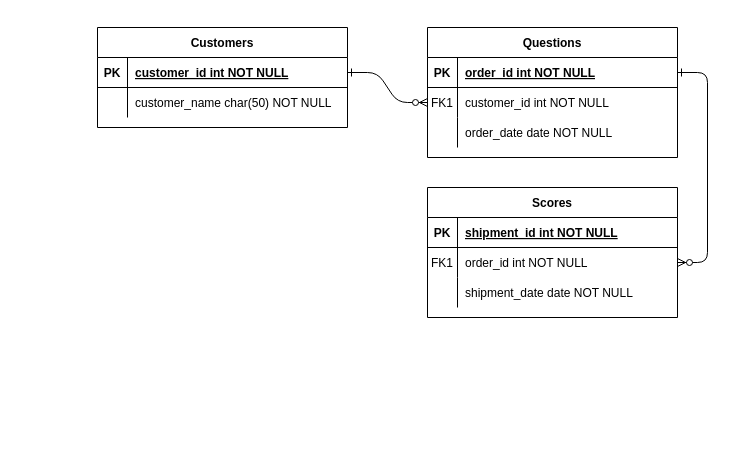
Above: Untitled Diagram.drawio in jvrjsanchez/my-project (draw.io), before the change. Source tidied: cells renumbered, new cells numbered last; positions are measured from the earlier drawing's top-left corner, leaving out a move shared by most shapes. Both pictures are drawn from the tidied source at 100%, with x=0, y=0 at pixel (97, 27).
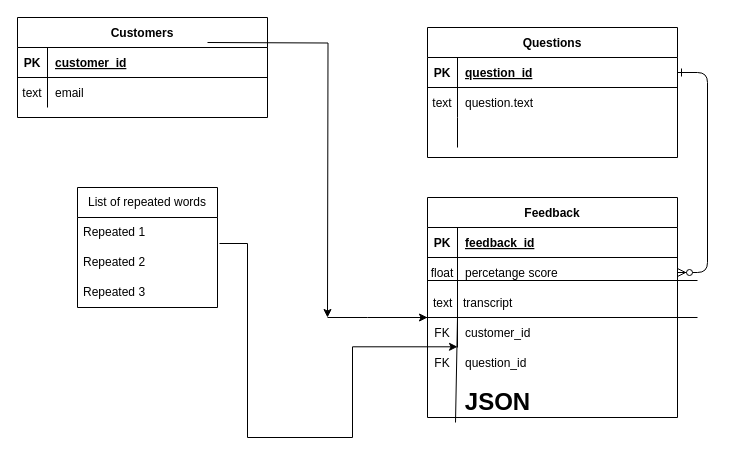
The same diagram, later.

Unchanged cells that the change refers to:
```xml
<mxCell id="5" style="shape=partialRectangle;fillColor=none;points=[[0,0.5],[1,0.5]];portConstraint=eastwest;top=0;left=0;right=0;bottom=1;" parent="4" vertex="1">
  <mxGeometry y="30" width="250" height="30" as="geometry" />
</mxCell>
<mxCell id="8" style="shape=partialRectangle;fillColor=none;points=[[0,0.5],[1,0.5]];portConstraint=eastwest;top=0;left=0;right=0;bottom=0;" parent="4" vertex="1">
  <mxGeometry y="60" width="250" height="30" as="geometry" />
</mxCell>
<mxCell id="11" style="shape=partialRectangle;fillColor=none;top=0;left=0;right=0;bottom=0;" parent="4" vertex="1">
  <mxGeometry y="90" width="250" height="30" as="geometry" />
</mxCell>
<mxCell id="15" style="shape=partialRectangle;fillColor=none;top=0;left=0;right=0;bottom=1;" parent="14" vertex="1">
  <mxGeometry y="30" width="250" height="30" as="geometry" />
</mxCell>
<mxCell id="18" style="shape=partialRectangle;fillColor=none;points=[[0,0.5],[1,0.5]];portConstraint=eastwest;top=0;left=0;right=0;bottom=0;" parent="14" vertex="1">
  <mxGeometry y="60" width="250" height="30" as="geometry" />
</mxCell>
<mxCell id="21" style="shape=partialRectangle;fillColor=none;top=0;left=0;right=0;bottom=0;" parent="14" vertex="1">
  <mxGeometry y="90" width="250" height="30" as="geometry" />
</mxCell>
<mxCell id="25" style="shape=partialRectangle;fillColor=none;points=[[0,0.5],[1,0.5]];portConstraint=eastwest;top=0;left=0;right=0;bottom=1;" parent="24" vertex="1">
  <mxGeometry y="30" width="250" height="30" as="geometry" />
</mxCell>
<mxCell id="28" style="shape=partialRectangle;fillColor=none;top=0;left=0;right=0;bottom=0;" parent="24" vertex="1">
  <mxGeometry y="60" width="250" height="30" as="geometry" />
</mxCell>
```

The edit, as a diff of the source:
```diff
@@
-    <mxCell id="2" style="edgeStyle=entityRelationEdgeStyle;endArrow=ERzeroToMany;startArrow=ERone;endFill=1;startFill=0;" parent="1" edge="1" source="25" target="8">
-      <mxGeometry relative="1" as="geometry" />
-    </mxCell>
@@
-    <mxCell id="7" value="order_id int NOT NULL " style="shape=partialRectangle;overflow=hidden;fillColor=none;top=0;left=0;bottom=0;right=0;align=left;spacingLeft=6;fontStyle=5;" parent="5" vertex="1">
+    <mxCell id="7" value="question_id" style="shape=partialRectangle;overflow=hidden;fillColor=none;top=0;left=0;bottom=0;right=0;align=left;spacingLeft=6;fontStyle=5;" parent="5" vertex="1">
       <mxGeometry x="30" width="220" height="30" as="geometry" />
     </mxCell>
@@
-    <mxCell id="9" value="FK1" style="shape=partialRectangle;overflow=hidden;fillColor=none;top=0;left=0;bottom=0;right=0;" parent="8" vertex="1">
+    <mxCell id="9" value="text" style="shape=partialRectangle;overflow=hidden;fillColor=none;top=0;left=0;bottom=0;right=0;" parent="8" vertex="1">
       <mxGeometry width="30" height="30" as="geometry" />
     </mxCell>
-    <mxCell id="10" value="customer_id int NOT NULL" style="shape=partialRectangle;overflow=hidden;fillColor=none;top=0;left=0;bottom=0;right=0;align=left;spacingLeft=6;" parent="8" vertex="1">
+    <mxCell id="10" value="question.text" style="shape=partialRectangle;overflow=hidden;fillColor=none;top=0;left=0;bottom=0;right=0;align=left;spacingLeft=6;" parent="8" vertex="1">
       <mxGeometry x="30" width="220" height="30" as="geometry" />
     </mxCell>
@@
-    <mxCell id="13" value="order_date date NOT NULL" style="shape=partialRectangle;overflow=hidden;fillColor=none;top=0;left=0;bottom=0;right=0;align=left;spacingLeft=6;" parent="11" vertex="1">
+    <mxCell id="13" style="shape=partialRectangle;overflow=hidden;fillColor=none;top=0;left=0;bottom=0;right=0;align=left;spacingLeft=6;" parent="11" vertex="1">
       <mxGeometry x="30" width="220" height="30" as="geometry" />
     </mxCell>
-    <mxCell id="14" value="Scores" style="shape=table;startSize=30;childLayout=tableLayout;rowLines=0;fontStyle=1;align=center;" parent="1" vertex="1">
-      <mxGeometry x="330" y="160" width="250" height="130" as="geometry" />
+    <mxCell id="14" value="Feedback" style="shape=table;startSize=30;childLayout=tableLayout;rowLines=0;fontStyle=1;align=center;" parent="1" vertex="1">
+      <mxGeometry x="330" y="170" width="250" height="220" as="geometry" />
     </mxCell>
@@
-    <mxCell id="17" value="shipment_id int NOT NULL " style="shape=partialRectangle;overflow=hidden;fillColor=none;top=0;left=0;bottom=0;right=0;align=left;spacingLeft=6;fontStyle=5;" parent="15" vertex="1">
+    <mxCell id="17" value="feedback_id" style="shape=partialRectangle;overflow=hidden;fillColor=none;top=0;left=0;bottom=0;right=0;align=left;spacingLeft=6;fontStyle=5;" parent="15" vertex="1">
       <mxGeometry x="30" width="220" height="30" as="geometry" />
     </mxCell>
@@
-    <mxCell id="19" value="FK1" style="shape=partialRectangle;overflow=hidden;fillColor=none;top=0;left=0;bottom=0;right=0;" parent="18" vertex="1">
+    <mxCell id="19" value="float" style="shape=partialRectangle;overflow=hidden;fillColor=none;top=0;left=0;bottom=0;right=0;" parent="18" vertex="1">
       <mxGeometry width="30" height="30" as="geometry" />
     </mxCell>
-    <mxCell id="20" value="order_id int NOT NULL" style="shape=partialRectangle;overflow=hidden;fillColor=none;top=0;left=0;bottom=0;right=0;align=left;spacingLeft=6;" parent="18" vertex="1">
+    <mxCell id="20" value="percetange score" style="shape=partialRectangle;overflow=hidden;fillColor=none;top=0;left=0;bottom=0;right=0;align=left;spacingLeft=6;" parent="18" vertex="1">
       <mxGeometry x="30" width="220" height="30" as="geometry" />
     </mxCell>
@@
-    <mxCell id="23" value="shipment_date date NOT NULL" style="shape=partialRectangle;overflow=hidden;fillColor=none;top=0;left=0;bottom=0;right=0;align=left;spacingLeft=6;" parent="21" vertex="1">
+    <mxCell id="23" style="shape=partialRectangle;overflow=hidden;fillColor=none;top=0;left=0;bottom=0;right=0;align=left;spacingLeft=6;" parent="21" vertex="1">
       <mxGeometry x="30" width="220" height="30" as="geometry" />
     </mxCell>
+    <mxCell id="31" style="shape=tableRow;horizontal=0;startSize=0;swimlaneHead=0;swimlaneBody=0;fillColor=none;top=0;left=0;right=0;bottom=0;" parent="14" vertex="1">
+      <mxGeometry y="120" width="250" height="30" as="geometry" />
+    </mxCell>
+    <mxCell id="32" value="FK" style="shape=partialRectangle;fillColor=none;top=0;left=0;bottom=0;right=0;overflow=hidden;" parent="31" vertex="1">
+      <mxGeometry width="30" height="30" as="geometry" />
+    </mxCell>
+    <mxCell id="33" value="customer_id" style="shape=partialRectangle;fillColor=none;top=0;left=0;bottom=0;right=0;align=left;spacingLeft=6;overflow=hidden;" parent="31" vertex="1">
+      <mxGeometry x="30" width="220" height="30" as="geometry" />
+    </mxCell>
     <mxCell id="24" value="Customers" style="shape=table;startSize=30;childLayout=tableLayout;rowLines=0;fontStyle=1;align=center;" parent="1" vertex="1">
-      <mxGeometry width="250" height="100" as="geometry" />
+      <mxGeometry x="-80" y="-10" width="250" height="100" as="geometry" />
     </mxCell>
@@
-    <mxCell id="27" value="customer_id int NOT NULL " style="shape=partialRectangle;overflow=hidden;fillColor=none;top=0;left=0;bottom=0;right=0;align=left;spacingLeft=6;fontStyle=5;" parent="25" vertex="1">
+    <mxCell id="27" value="customer_id" style="shape=partialRectangle;overflow=hidden;fillColor=none;top=0;left=0;bottom=0;right=0;align=left;spacingLeft=6;fontStyle=5;" parent="25" vertex="1">
       <mxGeometry x="30" width="220" height="30" as="geometry" />
     </mxCell>
@@
-    <mxCell id="29" style="shape=partialRectangle;overflow=hidden;fillColor=none;top=0;left=0;bottom=0;right=0;" parent="28" vertex="1">
+    <mxCell id="29" value="text" style="shape=partialRectangle;overflow=hidden;fillColor=none;top=0;left=0;bottom=0;right=0;" parent="28" vertex="1">
       <mxGeometry width="30" height="30" as="geometry" />
     </mxCell>
-    <mxCell id="30" value="customer_name char(50) NOT NULL" style="shape=partialRectangle;overflow=hidden;fillColor=none;top=0;left=0;bottom=0;right=0;align=left;spacingLeft=6;" parent="28" vertex="1">
+    <mxCell id="30" value="email" style="shape=partialRectangle;overflow=hidden;fillColor=none;top=0;left=0;bottom=0;right=0;align=left;spacingLeft=6;" parent="28" vertex="1">
       <mxGeometry x="30" width="220" height="30" as="geometry" />
     </mxCell>
+    <mxCell id="34" value="List of repeated words" style="swimlane;fontStyle=0;horizontal=1;startSize=30;whiteSpace=wrap;html=1;" parent="1" vertex="1">
+      <mxGeometry x="-20" y="160" width="140" height="120" as="geometry" />
+    </mxCell>
+    <mxCell id="35" value="Repeated 1" style="text;strokeColor=none;fillColor=none;align=left;verticalAlign=middle;spacingLeft=4;spacingRight=4;overflow=hidden;whiteSpace=wrap;html=1;" parent="34" vertex="1">
+      <mxGeometry y="30" width="140" height="30" as="geometry" />
+    </mxCell>
+    <mxCell id="36" value="Repeated 2" style="text;strokeColor=none;fillColor=none;align=left;verticalAlign=middle;spacingLeft=4;spacingRight=4;overflow=hidden;points=[[0,0.5],[1,0.5]];portConstraint=eastwest;whiteSpace=wrap;html=1;" parent="34" vertex="1">
+      <mxGeometry y="60" width="140" height="30" as="geometry" />
+    </mxCell>
+    <mxCell id="37" value="Repeated 3" style="text;strokeColor=none;fillColor=none;align=left;verticalAlign=middle;spacingLeft=4;spacingRight=4;overflow=hidden;whiteSpace=wrap;html=1;" parent="34" vertex="1">
+      <mxGeometry y="90" width="140" height="30" as="geometry" />
+    </mxCell>
+    <mxCell id="38" style="edgeStyle=orthogonalEdgeStyle;rounded=0;jettySize=auto;html=1;exitX=1.014;exitY=-0.133;exitDx=0;exitDy=0;entryX=0;entryY=0.154;entryDx=0;entryDy=0;entryPerimeter=0;exitPerimeter=0;" parent="1" edge="1" source="36">
+      <mxGeometry relative="1" as="geometry">
+        <mxPoint x="360" y="319.3" as="targetPoint" />
+        <Array as="points">
+          <mxPoint x="150" y="216" />
+          <mxPoint x="150" y="410" />
+          <mxPoint x="255" y="410" />
+          <mxPoint x="255" y="319" />
+        </Array>
+      </mxGeometry>
+    </mxCell>
+    <mxCell id="39" value="transcript" style="shape=partialRectangle;fillColor=none;align=left;verticalAlign=middle;strokeColor=none;spacingLeft=34;" parent="1" vertex="1">
+      <mxGeometry x="330" y="260" width="90" height="30" as="geometry" />
+    </mxCell>
+    <mxCell id="40" value="text" style="shape=partialRectangle;top=0;left=0;bottom=0;fillColor=none;stokeWidth=1;dashed=1;align=left;verticalAlign=middle;spacingLeft=4;spacingRight=4;overflow=hidden;" parent="39" vertex="1">
+      <mxGeometry width="30" height="30" as="geometry" />
+    </mxCell>
+    <mxCell id="41" style="endArrow=none;html=1;rounded=0;exitX=0.756;exitY=1.1;exitDx=0;exitDy=0;exitPerimeter=0;" parent="1" edge="1">
+      <mxGeometry relative="1" as="geometry">
+        <mxPoint x="330" y="253" as="sourcePoint" />
+        <mxPoint x="600" y="253" as="targetPoint" />
+      </mxGeometry>
+    </mxCell>
+    <mxCell id="42" style="endArrow=none;html=1;rounded=0;" parent="1" edge="1">
+      <mxGeometry relative="1" as="geometry">
+        <mxPoint x="320" y="290" as="sourcePoint" />
+        <mxPoint x="600" y="290" as="targetPoint" />
+      </mxGeometry>
+    </mxCell>
+    <mxCell id="43" value="JSON" style="text;strokeColor=none;fillColor=none;html=1;fontSize=24;fontStyle=1;verticalAlign=middle;align=center;" parent="1" vertex="1">
+      <mxGeometry x="330" y="360" width="140" height="30" as="geometry" />
+    </mxCell>
+    <mxCell id="44" style="endArrow=none;html=1;rounded=0;exitX=0.2;exitY=1.167;exitDx=0;exitDy=0;exitPerimeter=0;" parent="1" edge="1" source="43">
+      <mxGeometry relative="1" as="geometry">
+        <mxPoint x="360" y="290" as="targetPoint" />
+      </mxGeometry>
+    </mxCell>
+    <mxCell id="45" style="edgeStyle=orthogonalEdgeStyle;rounded=0;orthogonalLoop=1;jettySize=auto;html=1;exitX=1;exitY=0.5;exitDx=0;exitDy=0;" parent="1" edge="1">
+      <mxGeometry relative="1" as="geometry">
+        <mxPoint x="110" y="15" as="sourcePoint" />
+        <mxPoint x="230" y="290" as="targetPoint" />
+      </mxGeometry>
+    </mxCell>
+    <mxCell id="46" style="endArrow=classic;html=1;rounded=0;" parent="1" edge="1">
+      <mxGeometry relative="1" as="geometry">
+        <mxPoint x="230" y="290" as="sourcePoint" />
+        <mxPoint x="330" y="290" as="targetPoint" />
+        <Array as="points">
+          <mxPoint x="270" y="290" />
+        </Array>
+      </mxGeometry>
+    </mxCell>
+    <mxCell id="47" value="question_id" style="shape=partialRectangle;fillColor=none;top=0;left=0;bottom=0;right=0;align=left;spacingLeft=6;overflow=hidden;" parent="1" vertex="1">
+      <mxGeometry x="360" y="320" width="220" height="30" as="geometry" />
+    </mxCell>
+    <mxCell id="48" value="FK" style="shape=partialRectangle;fillColor=none;top=0;left=0;bottom=0;right=0;overflow=hidden;" parent="1" vertex="1">
+      <mxGeometry x="330" y="320" width="30" height="30" as="geometry" />
+    </mxCell>
```
